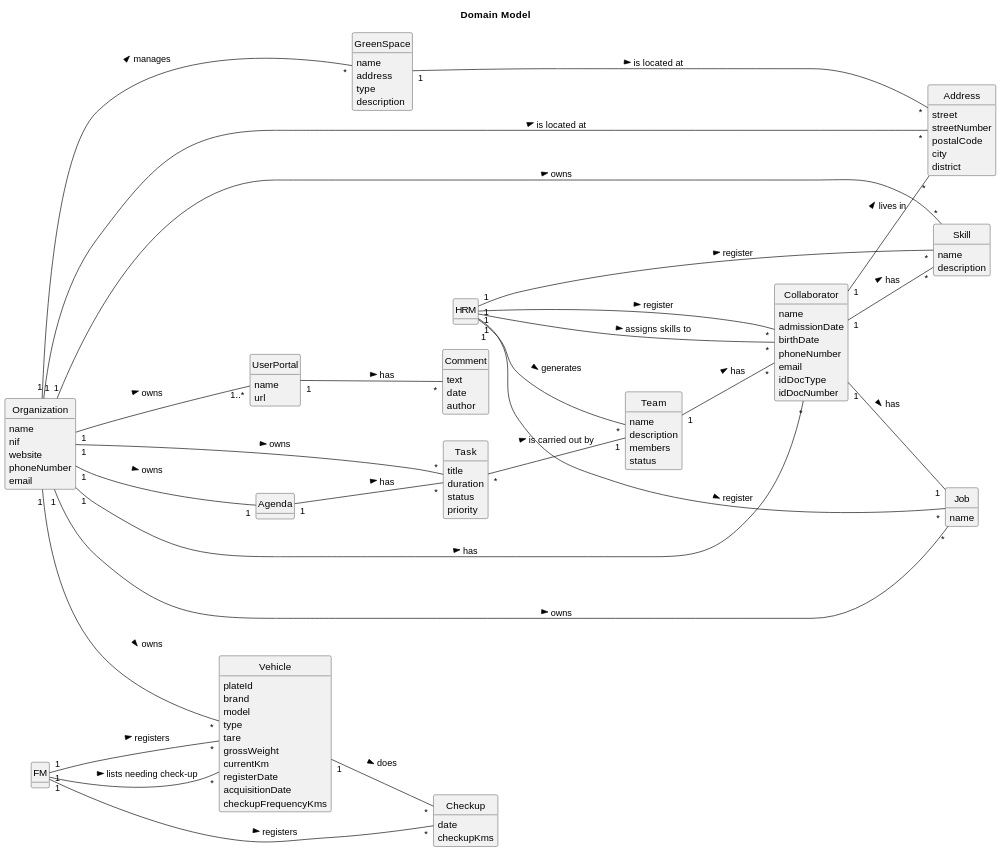
Rui-San/LAPR2_2023_2024 keeps this PlantUML diagram as docs/sprintB/global-artifacts/02.analysis/svg/project-domain-model.svg. Above is the earlier version.
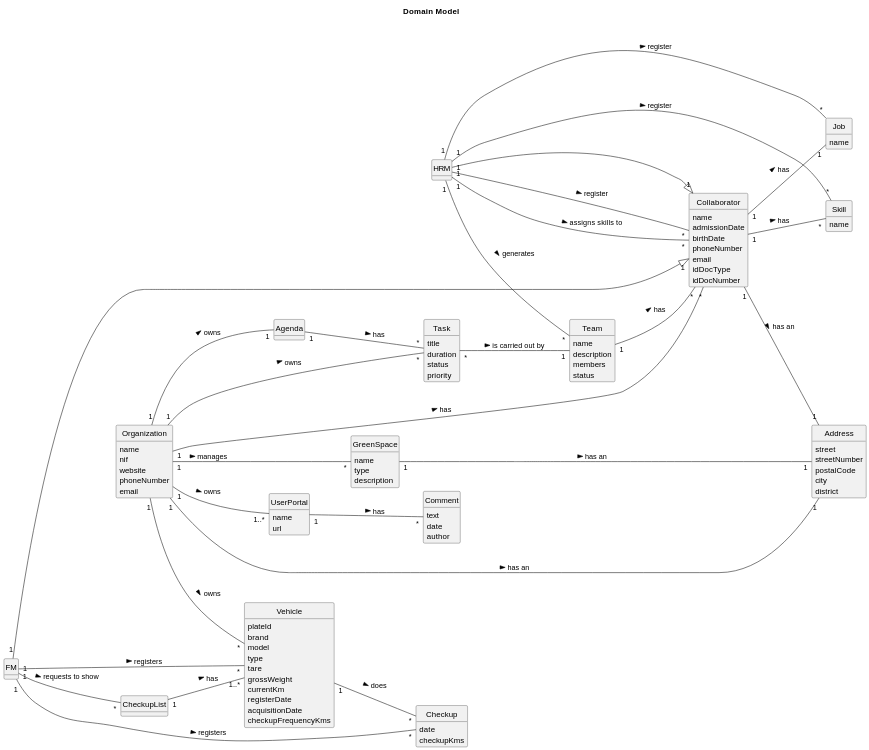
After the change.

Commit message:
Domain Model: - new .svg created for the new domain model

Diff of the diagram source:
```diff
@@ -19,7 +19,7 @@
 
 class Skill{
     name
-    description
+
 }
 
 class Collaborator{
@@ -68,13 +68,16 @@
     date
     checkupKms
 }
+class CheckupList{
+
+}
 
 class GreenSpace{
     name
-    address
     type
     description
 }
+
 
 class Address{
     street
@@ -102,30 +105,31 @@
     author
 }
 
+Organization "1" -- "*" Task : "owns >"
+Organization "1" -- "1" Agenda : "owns >"
+Organization "1" -- "1" Address : "has an >"
+Organization "1" -- "1..*" UserPortal : "owns >"
+Organization "1" -- "*" GreenSpace : "manages >"
+Organization "1" -- "*" Collaborator : "has >"
+Organization "1" -- "*" Vehicle : "owns >"
+Collaborator "1" -- "*" Skill : "has >"
+Collaborator "1" -- "1" Address : "has an >"
+Collaborator "1" -- "1" Job : "has >"
+HRM "1" -- "*" Skill : "register >"
+HRM "1" -- "*" Job : "register >"
+HRM "1" --|> "1" Collaborator
+HRM "1" -- "*" Collaborator : "register >"
+HRM "1" -- "*" Collaborator : "assigns skills to >"
+HRM "1" -- "*" Team : "generates >"
+FM "1" --|> "1" Collaborator
+FM "1" -- "*" Vehicle : "registers >"
+FM "1" -- "*" Checkup : "registers >"
 UserPortal "1" -- "*" Comment : "has >"
-Organization "1" -- "1..*" UserPortal : "owns >"
 Agenda "1" -- "*" Task : "has >"
 Task "*" -- "1" Team : "is carried out by >"
-Organization "1" -- "*" Task : "owns >"
-Organization "1" -- "1" Agenda : "owns >"
-Organization "1" -- "*" Address : "is located at >"
-Collaborator "1" -- "*" Address : "lives in >"
-GreenSpace "1" -- "*" Address : "is located at >"
-Organization "1" -- "*" GreenSpace : "manages >"
-Organization "1" -- "*" Skill : "owns >"
-HRM "1" -- "*" Skill : "register >"
-Organization "1" -- "*" Job : "owns >"
-HRM "1" -- "*" Job : "register >"
-HRM "1" -- "*" Collaborator : "register >"
-Organization "1" -- "*" Collaborator : "has >"
-HRM "1" -- "*" Collaborator : "assigns skills to >"
-Collaborator "1" -- "*" Skill : "has >"
-Collaborator "1" -- "1" Job : "has >"
+GreenSpace "1" -- "1" Address : "has an >"
 Team "1" -- "*" Collaborator : "has >"
-HRM "1" -- "*" Team : "generates >"
-Organization "1" -- "*" Vehicle : "owns >"
-FM "1" -- "*" Vehicle : "registers >"
-FM "1" -- "*" Vehicle : "lists needing check-up >"
 Vehicle "1" -- "*" Checkup : "does >"
-FM "1" -- "*" Checkup : "registers >"
+CheckupList "1" -- "1..*" Vehicle : "has >"
+FM "1" -- "*" CheckupList : "requests to show >"
 @enduml
```
